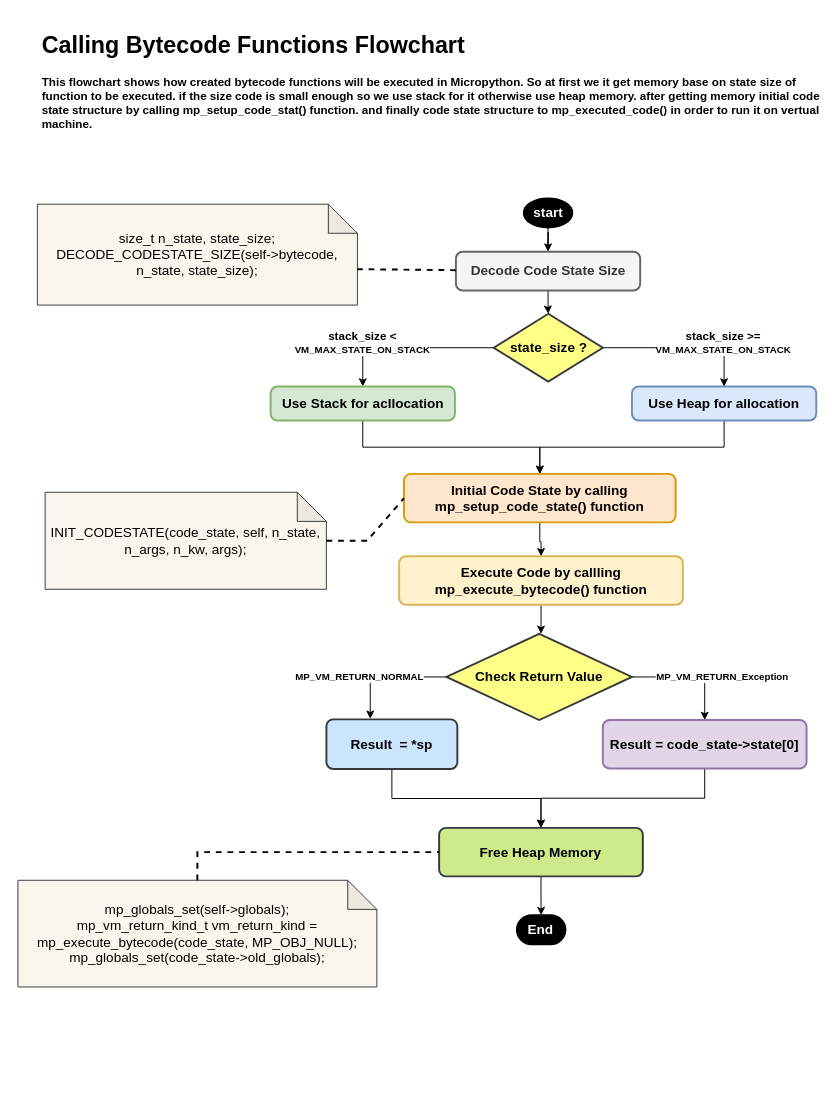
This is uPyIWM/diagrams/fun_bc_call.drawio from over-infinity/-Tutorials, a draw.io file, before an edit. Source tidied: cells renumbered, new cells numbered last; positions are measured from the earlier drawing's top-left corner, leaving out a move shared by most shapes. Both pictures are drawn from the tidied source at 97%, with x=0, y=0 at pixel (17, 26).
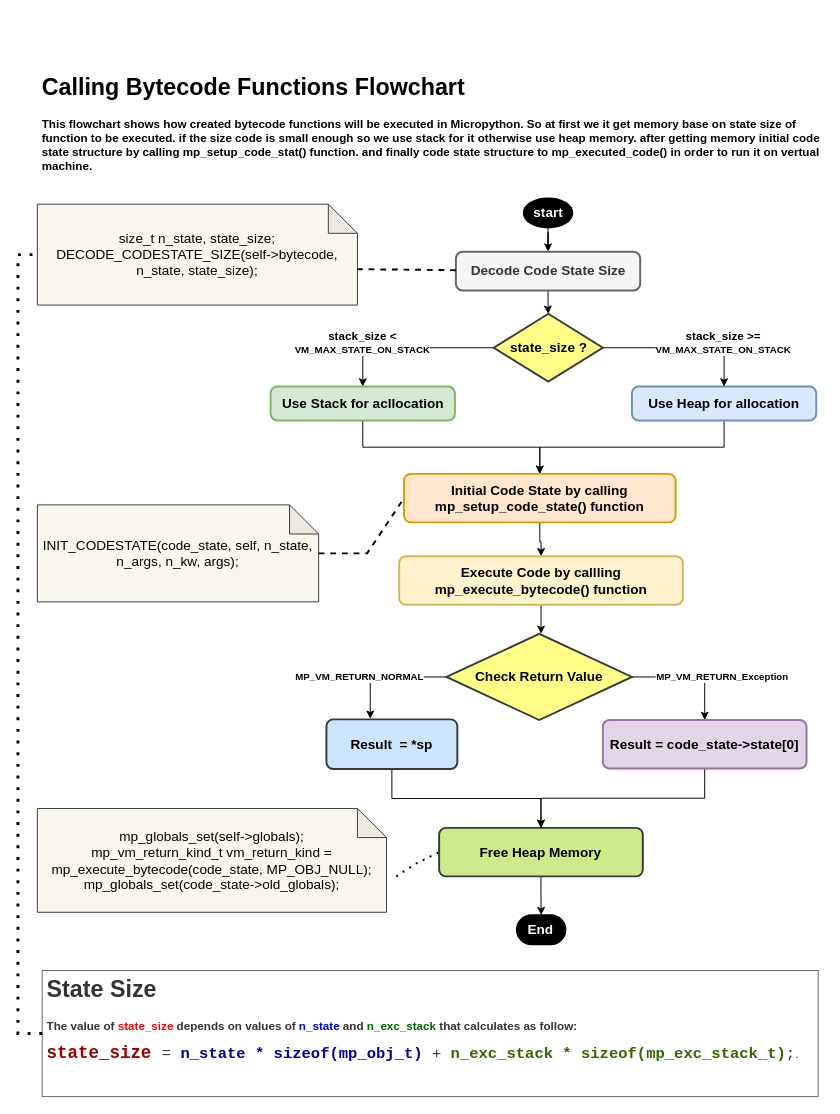
After the change.

Unchanged cells that the change refers to:
```xml
<mxCell id="17" value="Initial Code State by calling mp_setup_code_state() function" style="rounded=1;whiteSpace=wrap;html=1;absoluteArcSize=1;arcSize=14;strokeWidth=2;labelBackgroundColor=none;fontFamily=Helvetica;fontSize=14;fillColor=#ffe6cc;fontStyle=1;strokeColor=#d79b00;" parent="1" vertex="1">
  <mxGeometry x="398" y="461" width="280" height="50" as="geometry" />
</mxCell>
<mxCell id="30" value="Free Heap Memory" style="rounded=1;whiteSpace=wrap;html=1;absoluteArcSize=1;arcSize=14;strokeWidth=2;labelBackgroundColor=none;fontFamily=Helvetica;fontSize=14;fillColor=#cdeb8b;fontStyle=1;strokeColor=#36393d;labelBorderColor=none;" parent="1" vertex="1">
  <mxGeometry x="434.2" y="826" width="210" height="50" as="geometry" />
</mxCell>
<mxCell id="32" value="size_t n_state, state_size;&lt;br&gt;DECODE_CODESTATE_SIZE(self-&amp;gt;bytecode, n_state, state_size);" style="shape=note;whiteSpace=wrap;html=1;backgroundOutline=1;darkOpacity=0.05;rounded=1;labelBackgroundColor=none;labelBorderColor=none;fontFamily=Helvetica;fontSize=14;strokeColor=#36393d;strokeWidth=1;fillColor=#f9f7ed;fontStyle=0;" parent="1" vertex="1">
  <mxGeometry x="20" y="183" width="330" height="104" as="geometry" />
</mxCell>
```

Change to the diagram source:
```diff
@@
     <mxCell id="4" value="&lt;h1&gt;Calling Bytecode Functions Flowchart&lt;br&gt;&lt;/h1&gt;&lt;p&gt;This flowchart shows how created bytecode functions will be executed in Micropython. So at first we it get memory base on state size of function to be executed. if the size code is small enough so we use stack for it otherwise use heap memory. after getting memory initial code state structure by calling mp_setup_code_stat() function. and finally code state structure to mp_executed_code() in order to run it on vertual machine. &lt;br&gt;&lt;/p&gt;" style="text;html=1;strokeColor=none;fillColor=none;spacing=5;spacingTop=-20;whiteSpace=wrap;overflow=hidden;rounded=0;fontStyle=1;" parent="1" vertex="1">
-      <mxGeometry x="20" width="810" height="120" as="geometry" />
+      <mxGeometry x="20" y="43" width="810" height="120" as="geometry" />
     </mxCell>
@@
     <mxCell id="34" value="INIT_CODESTATE(code_state, self, n_state, n_args, n_kw, args);" style="shape=note;whiteSpace=wrap;html=1;backgroundOutline=1;darkOpacity=0.05;rounded=1;labelBackgroundColor=none;labelBorderColor=none;fontFamily=Helvetica;fontSize=14;strokeColor=#36393d;strokeWidth=1;fillColor=#f9f7ed;fontStyle=0;fontColor=#000000;" parent="1" vertex="1">
-      <mxGeometry x="28" y="480" width="290" height="100" as="geometry" />
+      <mxGeometry x="20" y="493" width="290" height="100" as="geometry" />
     </mxCell>
     <mxCell id="35" value="mp_globals_set(self-&amp;gt;globals);&lt;br&gt;mp_vm_return_kind_t vm_return_kind = mp_execute_bytecode(code_state, MP_OBJ_NULL);&lt;br&gt;mp_globals_set(code_state-&amp;gt;old_globals);" style="shape=note;whiteSpace=wrap;html=1;backgroundOutline=1;darkOpacity=0.05;rounded=1;labelBackgroundColor=none;labelBorderColor=none;fontFamily=Helvetica;fontSize=14;strokeColor=#36393d;strokeWidth=1;fillColor=#f9f7ed;fontColor=#000000;" parent="1" vertex="1">
-      <mxGeometry y="880" width="370" height="110" as="geometry" />
+      <mxGeometry x="20" y="806" width="360" height="107" as="geometry" />
     </mxCell>
     <mxCell id="36" style="endArrow=none;dashed=1;html=1;rounded=0;fontFamily=Helvetica;fontSize=14;fontColor=#000000;entryX=0;entryY=0.5;entryDx=0;entryDy=0;strokeWidth=2;" parent="1" edge="1" source="34" target="17">
       <mxGeometry relative="1" as="geometry">
         <Array as="points">
-          <mxPoint x="360" y="530" />
+          <mxPoint x="360" y="543" />
         </Array>
       </mxGeometry>
     </mxCell>
+    <mxCell id="38" value="&lt;h1&gt;State Size&lt;br&gt;&lt;/h1&gt;&lt;p&gt;&lt;/p&gt;&lt;p&gt;&lt;span&gt;&lt;b&gt;The value of &lt;font color=&quot;#FF0000&quot;&gt;state_size&lt;/font&gt; depends on values of &lt;font color=&quot;#0000CC&quot;&gt;n_state&lt;/font&gt; and &lt;font color=&quot;#006600&quot;&gt;n_exc_stack&lt;/font&gt; that calculates as follow:&lt;/b&gt;&lt;br&gt;&lt;/span&gt;&lt;/p&gt;&lt;p&gt;&lt;span&gt;&lt;span style=&quot;font-size: 12.0pt ; line-height: 115% ; font-family: &amp;#34;courier new&amp;#34;&quot;&gt;&lt;b&gt;&lt;font style=&quot;font-size: 18px&quot; color=&quot;#990000&quot;&gt;&lt;font style=&quot;font-size: 18px&quot;&gt;state_size&lt;/font&gt; &lt;/font&gt;&lt;/b&gt;= &lt;b&gt;&lt;font color=&quot;#000099&quot;&gt;n_state * sizeof(mp_obj_t)&lt;/font&gt;&lt;/b&gt; + &lt;/span&gt;&lt;/span&gt;&lt;span&gt;&lt;span style=&quot;font-size: 12.0pt ; line-height: 115% ; font-family: &amp;#34;courier new&amp;#34;&quot;&gt;&lt;span style=&quot;font-size: 12.0pt ; line-height: 115% ; font-family: &amp;#34;courier new&amp;#34;&quot;&gt;&lt;b&gt;&lt;font color=&quot;#336600&quot;&gt;n_exc_stack * sizeof(mp_exc_stack_t)&lt;/font&gt;&lt;/b&gt;;&lt;/span&gt;&lt;/span&gt;.&lt;/span&gt;&lt;/p&gt;" style="text;html=1;strokeColor=#666666;fillColor=none;spacing=5;spacingTop=-20;whiteSpace=wrap;overflow=hidden;rounded=0;fontColor=#333333;" parent="1" vertex="1">
+      <mxGeometry x="25" y="973" width="800" height="130" as="geometry" />
+    </mxCell>
-    <mxCell id="37" style="endArrow=none;dashed=1;html=1;rounded=0;fontFamily=Helvetica;fontSize=14;fontColor=#000000;entryX=0;entryY=0.5;entryDx=0;entryDy=0;strokeWidth=2;" parent="1" edge="1" source="35" target="30">
+    <mxCell id="37" style="endArrow=none;dashed=1;html=1;dashPattern=1 3;strokeWidth=2;rounded=0;fontSize=18;fontColor=#006600;exitX=0;exitY=0;exitDx=370;exitDy=70;exitPerimeter=0;entryX=0;entryY=0.5;entryDx=0;entryDy=0;" parent="1" edge="1" source="35" target="30">
       <mxGeometry relative="1" as="geometry">
         <Array as="points">
-          <mxPoint x="185" y="851" />
-          <mxPoint x="390" y="851" />
+          <mxPoint x="410" y="863" />
         </Array>
       </mxGeometry>
     </mxCell>
+    <mxCell id="39" style="endArrow=none;dashed=1;html=1;dashPattern=1 3;strokeWidth=3;rounded=0;fontSize=18;fontColor=#006600;entryX=0;entryY=0.5;entryDx=0;entryDy=0;entryPerimeter=0;exitX=0;exitY=0.5;exitDx=0;exitDy=0;" parent="1" edge="1" source="38" target="32">
+      <mxGeometry relative="1" as="geometry">
+        <Array as="points">
+          <mxPoint y="1038" />
+          <mxPoint y="953" />
+          <mxPoint y="593" />
+          <mxPoint y="235" />
+        </Array>
+      </mxGeometry>
+    </mxCell>
```
